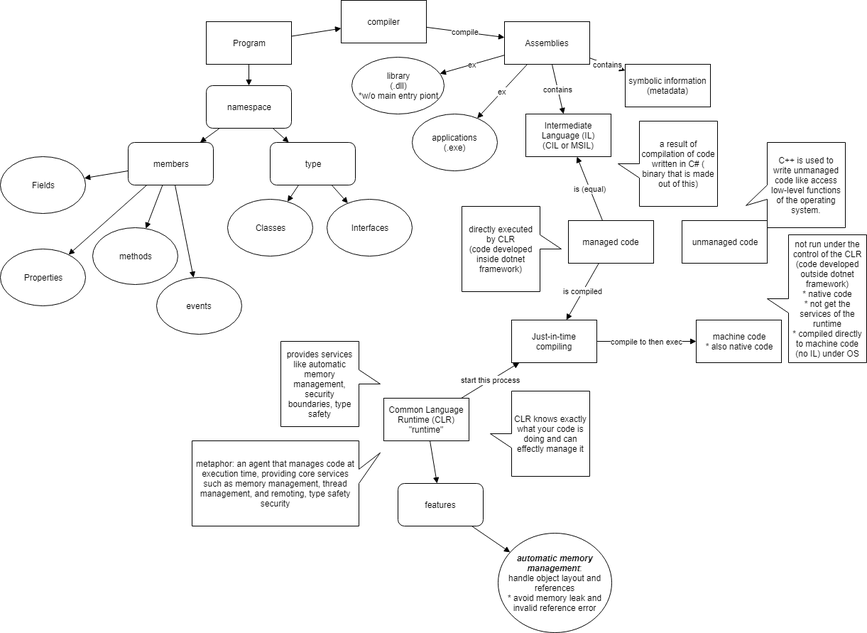
This is cSharp_concept.png from stsiwo/cSharp_concept, a draw.io export, as it was before one commit. Source tidied: cells renumbered, new cells last; positions are measured from the earlier drawing's top-left corner, leaving out a move shared by most shapes.
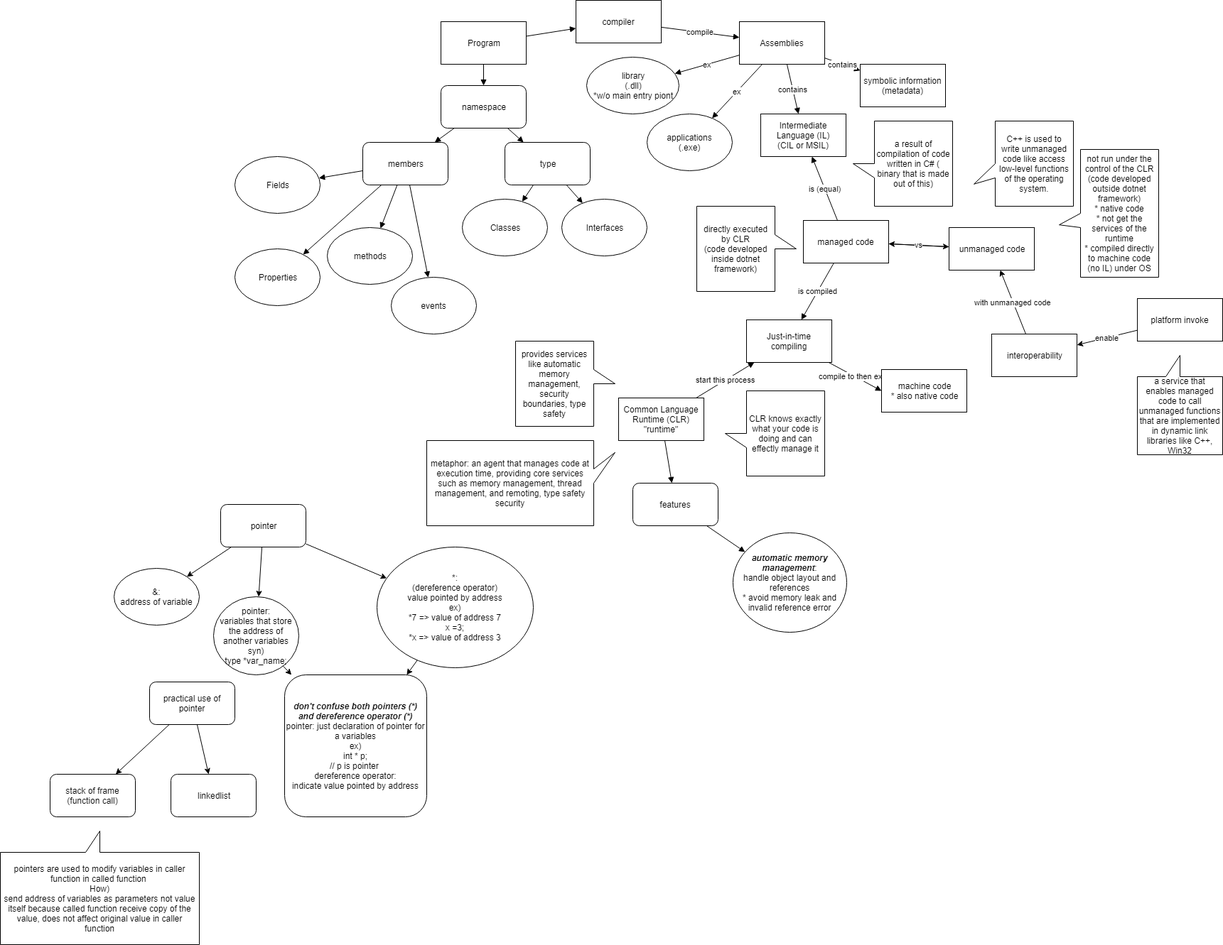
After the commit.

Change to the diagram source:
```diff
@@ -113,6 +113,9 @@
     <mxCell id="38" value="is compiled" style="edgeStyle=none;rounded=0;html=1;endArrow=block;endFill=1;jettySize=auto;" parent="1" edge="1" source="39" target="43">
       <mxGeometry relative="1" as="geometry" />
     </mxCell>
+    <mxCell id="53" style="edgeStyle=none;rounded=0;html=1;jettySize=auto;" parent="1" edge="1" source="39" target="46">
+      <mxGeometry relative="1" as="geometry" />
+    </mxCell>
     <mxCell id="39" value="managed code" style="rounded=0;whiteSpace=wrap;html=1;" parent="1" vertex="1">
       <mxGeometry x="800" y="310" width="120" height="60" as="geometry" />
     </mxCell>
@@ -123,7 +126,7 @@
       <mxGeometry x="870" y="170" width="140" height="120" as="geometry" />
     </mxCell>
     <mxCell id="42" value="machine code&lt;br&gt;* also native code&lt;br&gt;" style="rounded=0;whiteSpace=wrap;html=1;" parent="1" vertex="1">
-      <mxGeometry x="980" y="450" width="120" height="60" as="geometry" />
+      <mxGeometry x="910" y="520" width="120" height="60" as="geometry" />
     </mxCell>
     <mxCell id="43" value="Just-in-time compiling" style="rounded=0;whiteSpace=wrap;html=1;" parent="1" vertex="1">
       <mxGeometry x="720" y="450" width="120" height="60" as="geometry" />
@@ -134,17 +137,20 @@
     <mxCell id="45" value="metaphor: an agent that manages code at execution time, providing core services such as memory management, thread management, and remoting, type safety security" style="shape=callout;whiteSpace=wrap;html=1;perimeter=calloutPerimeter;direction=north;position2=0.86;" parent="1" vertex="1">
       <mxGeometry x="270" y="620" width="265" height="120" as="geometry" />
     </mxCell>
+    <mxCell id="54" value="vs" style="edgeStyle=none;rounded=0;html=1;jettySize=auto;" parent="1" edge="1" source="46" target="39">
+      <mxGeometry relative="1" as="geometry" />
+    </mxCell>
     <mxCell id="46" value="unmanaged code" style="rounded=0;whiteSpace=wrap;html=1;" parent="1" vertex="1">
-      <mxGeometry x="960" y="310" width="120" height="60" as="geometry" />
+      <mxGeometry x="1005" y="320" width="120" height="60" as="geometry" />
     </mxCell>
-    <mxCell id="47" value="not run under the control of the CLR&lt;br&gt;(code developed outside dotnet framework)&lt;br&gt;* native code&lt;br&gt;* not get the services of the runtime&lt;br&gt;* compiled directly to machine code (no IL) under OS&lt;br&gt;" style="shape=callout;whiteSpace=wrap;html=1;perimeter=calloutPerimeter;direction=south;" parent="1" vertex="1">
-      <mxGeometry x="1080" y="330" width="140" height="180" as="geometry" />
+    <mxCell id="47" value="not run under the control of the CLR&lt;br&gt;(code developed outside dotnet framework)&lt;br&gt;* native code&lt;br&gt;* not get the services of the runtime&lt;br&gt;* compiled directly to machine code (no IL) under OS&lt;br&gt;" style="shape=callout;whiteSpace=wrap;html=1;perimeter=calloutPerimeter;direction=south;position2=0.59;" parent="1" vertex="1">
+      <mxGeometry x="1160" y="210" width="140" height="180" as="geometry" />
     </mxCell>
     <mxCell id="48" value="directly executed by CLR&lt;br&gt;(code developed inside dotnet framework)" style="shape=callout;whiteSpace=wrap;html=1;perimeter=calloutPerimeter;direction=north;" parent="1" vertex="1">
       <mxGeometry x="650" y="290" width="140" height="120" as="geometry" />
     </mxCell>
     <mxCell id="49" value="C++ is used to write unmanaged code like access low-level functions of the operating system." style="shape=callout;whiteSpace=wrap;html=1;perimeter=calloutPerimeter;direction=south;position2=0.74;" parent="1" vertex="1">
-      <mxGeometry x="1050" y="200" width="140" height="120" as="geometry" />
+      <mxGeometry x="1040" y="170" width="140" height="120" as="geometry" />
     </mxCell>
     <mxCell id="50" value="&lt;b&gt;&lt;i&gt;automatic memory management&lt;/i&gt;&lt;/b&gt;:&lt;br&gt;handle object layout and references&lt;br&gt;* avoid memory leak and invalid reference error&lt;br&gt;" style="ellipse;whiteSpace=wrap;html=1;" parent="1" vertex="1">
       <mxGeometry x="701" y="750" width="160" height="140" as="geometry" />
@@ -155,5 +161,68 @@
     <mxCell id="52" value="features" style="rounded=1;whiteSpace=wrap;html=1;" parent="1" vertex="1">
       <mxGeometry x="560" y="680" width="120" height="60" as="geometry" />
     </mxCell>
+    <mxCell id="55" style="rounded=0;html=1;jettySize=auto;" parent="1" edge="1" source="58" target="59">
+      <mxGeometry relative="1" as="geometry" />
+    </mxCell>
+    <mxCell id="56" style="rounded=0;html=1;jettySize=auto;" parent="1" edge="1" source="58" target="63">
+      <mxGeometry relative="1" as="geometry" />
+    </mxCell>
+    <mxCell id="57" style="edgeStyle=none;rounded=0;html=1;jettySize=auto;" parent="1" edge="1" source="58" target="61">
+      <mxGeometry relative="1" as="geometry" />
+    </mxCell>
+    <mxCell id="58" value="pointer" style="rounded=1;whiteSpace=wrap;html=1;" parent="1" vertex="1">
+      <mxGeometry x="-20" y="710" width="120" height="60" as="geometry" />
+    </mxCell>
+    <mxCell id="59" value="&amp;amp;:&lt;br&gt;address of variable&lt;br&gt;" style="ellipse;whiteSpace=wrap;html=1;" parent="1" vertex="1">
+      <mxGeometry x="-170" y="800" width="120" height="80" as="geometry" />
+    </mxCell>
+    <mxCell id="60" style="edgeStyle=none;rounded=0;html=1;jettySize=auto;" parent="1" edge="1" source="61" target="69">
+      <mxGeometry relative="1" as="geometry" />
+    </mxCell>
+    <mxCell id="61" value="*:&lt;br&gt;(dereference operator)&lt;br&gt;value pointed by address&lt;br&gt;ex)&lt;br&gt;*7 =&amp;gt; value of address 7&lt;br&gt;x =3;&lt;br&gt;*x =&amp;gt; value of address 3&lt;br&gt;" style="ellipse;whiteSpace=wrap;html=1;" parent="1" vertex="1">
+      <mxGeometry x="200" y="770" width="220" height="170" as="geometry" />
+    </mxCell>
+    <mxCell id="62" style="edgeStyle=none;rounded=0;html=1;jettySize=auto;" parent="1" edge="1" source="63" target="69">
+      <mxGeometry relative="1" as="geometry" />
+    </mxCell>
+    <mxCell id="63" value="pointer:&lt;br&gt;variables that store the address of another variables&lt;br&gt;syn)&lt;br&gt;type *var_name;&lt;br&gt;" style="ellipse;whiteSpace=wrap;html=1;" parent="1" vertex="1">
+      <mxGeometry x="-30" y="840" width="120" height="110" as="geometry" />
+    </mxCell>
+    <mxCell id="64" style="edgeStyle=none;rounded=0;html=1;jettySize=auto;" parent="1" edge="1" source="66" target="67">
+      <mxGeometry relative="1" as="geometry" />
+    </mxCell>
+    <mxCell id="65" style="edgeStyle=none;rounded=0;html=1;jettySize=auto;" parent="1" edge="1" source="66" target="75">
+      <mxGeometry relative="1" as="geometry" />
+    </mxCell>
+    <mxCell id="66" value="practical use of pointer" style="rounded=1;whiteSpace=wrap;html=1;" parent="1" vertex="1">
+      <mxGeometry x="-120" y="960" width="120" height="60" as="geometry" />
+    </mxCell>
+    <mxCell id="67" value="stack of frame&lt;br&gt;(function call)&lt;br&gt;" style="rounded=1;whiteSpace=wrap;html=1;" parent="1" vertex="1">
+      <mxGeometry x="-260" y="1090" width="120" height="60" as="geometry" />
+    </mxCell>
+    <mxCell id="68" value="pointers are used to modify variables in caller function in called function&amp;nbsp;&lt;br&gt;How)&lt;br&gt;send address of variables as parameters not value itself because called function receive copy of the value, does not affect original value in caller function&lt;br&gt;" style="shape=callout;whiteSpace=wrap;html=1;perimeter=calloutPerimeter;direction=west;" parent="1" vertex="1">
+      <mxGeometry x="-330" y="1170" width="280" height="160" as="geometry" />
+    </mxCell>
+    <mxCell id="69" value="&lt;b&gt;&lt;i&gt;don't confuse both pointers (*) and dereference operator (*)&lt;br&gt;&lt;/i&gt;&lt;/b&gt;pointer: just declaration of pointer for a variables&lt;br&gt;ex)&lt;br&gt;int * p;&lt;br&gt;// p is pointer&amp;nbsp;&lt;br&gt;dereference operator:&lt;br&gt;indicate value pointed by address&lt;br&gt;" style="rounded=1;whiteSpace=wrap;html=1;" parent="1" vertex="1">
+      <mxGeometry x="70" y="950" width="200" height="200" as="geometry" />
+    </mxCell>
+    <mxCell id="70" value="with unmanaged code" style="edgeStyle=none;rounded=0;html=1;jettySize=auto;" parent="1" edge="1" source="71" target="46">
+      <mxGeometry relative="1" as="geometry" />
+    </mxCell>
+    <mxCell id="71" value="interoperability" style="rounded=0;whiteSpace=wrap;html=1;" parent="1" vertex="1">
+      <mxGeometry x="1065" y="470" width="120" height="60" as="geometry" />
+    </mxCell>
+    <mxCell id="72" value="enable" style="edgeStyle=none;rounded=0;html=1;jettySize=auto;" parent="1" edge="1" source="73" target="71">
+      <mxGeometry relative="1" as="geometry" />
+    </mxCell>
+    <mxCell id="73" value="platform invoke" style="rounded=0;whiteSpace=wrap;html=1;" parent="1" vertex="1">
+      <mxGeometry x="1270" y="420" width="120" height="60" as="geometry" />
+    </mxCell>
+    <mxCell id="74" value="a service that enables managed code to call unmanaged functions that are implemented in dynamic link libraries like C++, Win32" style="shape=callout;whiteSpace=wrap;html=1;perimeter=calloutPerimeter;direction=west;" parent="1" vertex="1">
+      <mxGeometry x="1270" y="500" width="120" height="140" as="geometry" />
+    </mxCell>
+    <mxCell id="75" value="linkedlist" style="rounded=1;whiteSpace=wrap;html=1;" parent="1" vertex="1">
+      <mxGeometry x="-90" y="1090" width="120" height="60" as="geometry" />
+    </mxCell>
   </root>
 </mxGraphModel>
```
